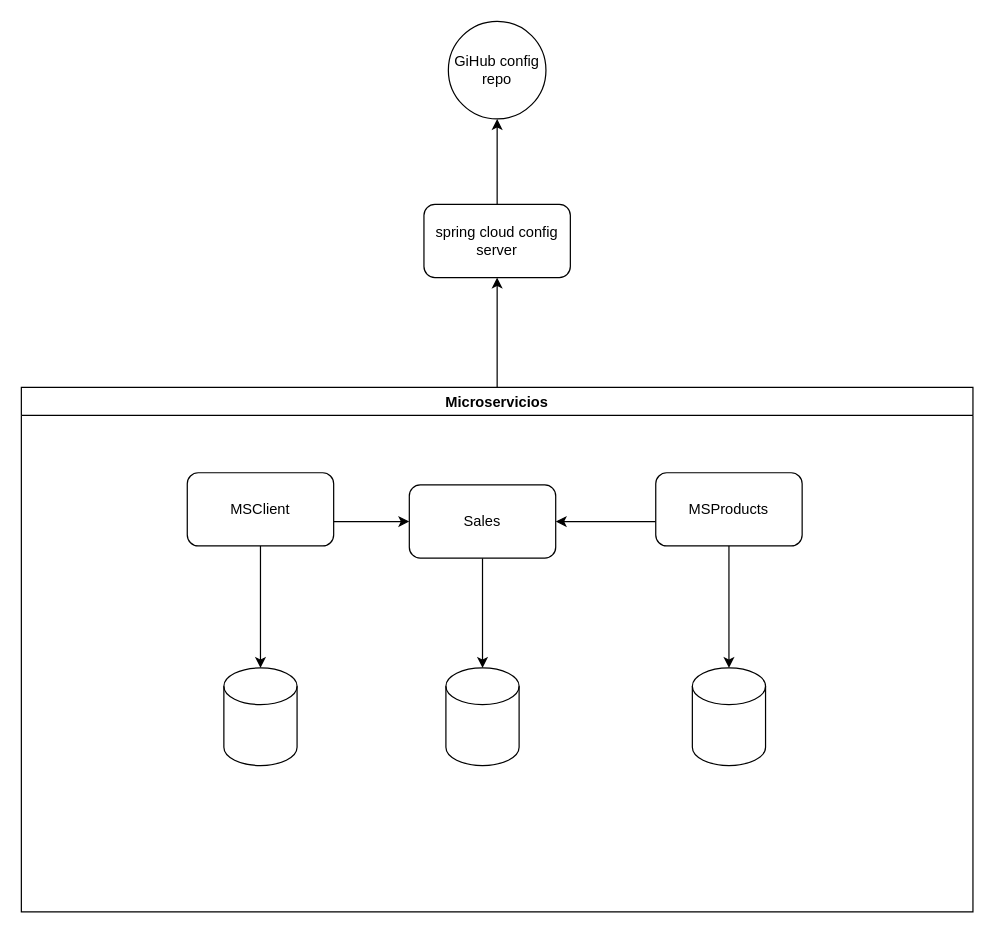
The draw.io diagram Untitled Diagram.drawio in LuisEveris/ms-product, before the edit. Source tidied: cells renumbered, new cells numbered last; positions are measured from the earlier drawing's top-left corner, leaving out a move shared by most shapes. Both pictures are drawn from the tidied source at 122%, with x=0, y=0 at pixel (21, 21).
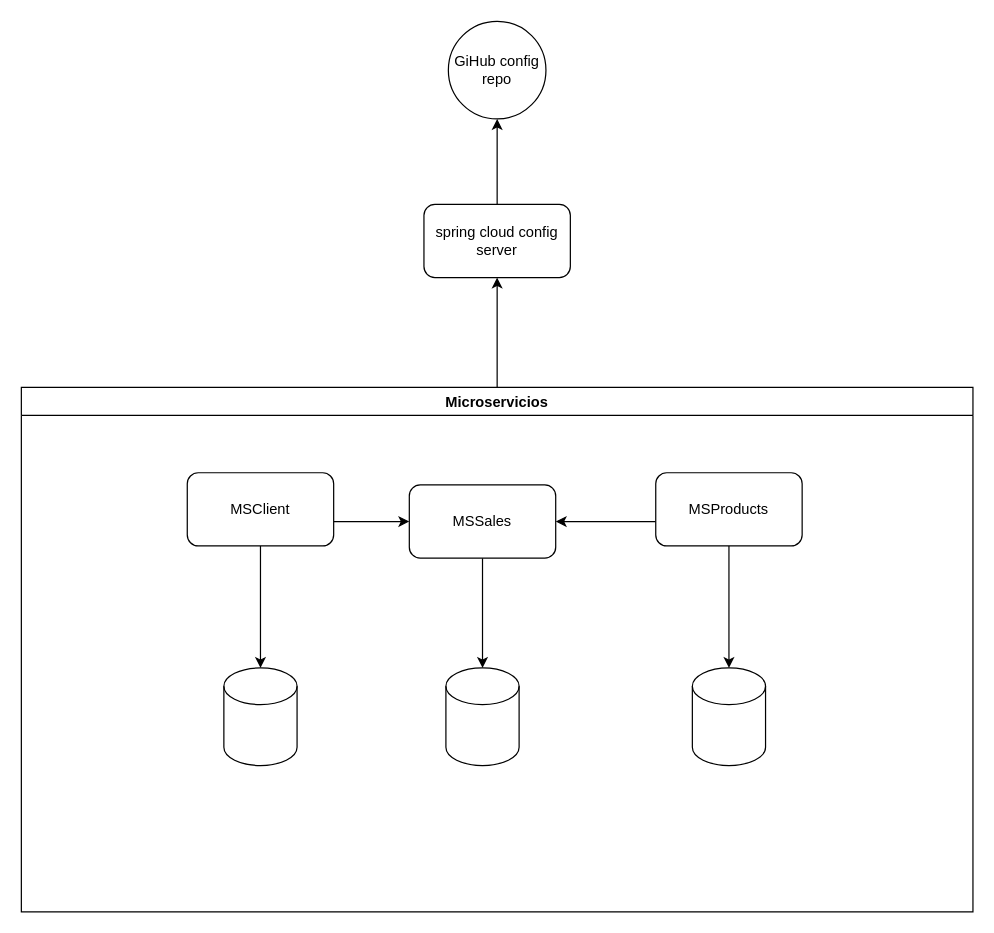
The same page after the edit.

Commit message:
improve diagram

Unchanged cells that the change refers to:
```xml
<mxCell id="6" value="Microservicios" style="swimlane;" parent="1" vertex="1">
  <mxGeometry y="300" width="780" height="430" as="geometry" />
</mxCell>
```

Diff of the diagram source:
```diff
@@
-    <mxCell id="16" value="Sales" style="rounded=1;whiteSpace=wrap;html=1;" parent="6" vertex="1">
+    <mxCell id="16" value="MSSales" style="rounded=1;whiteSpace=wrap;html=1;" parent="6" vertex="1">
       <mxGeometry x="318" y="80" width="120" height="60" as="geometry" />
     </mxCell>
```
